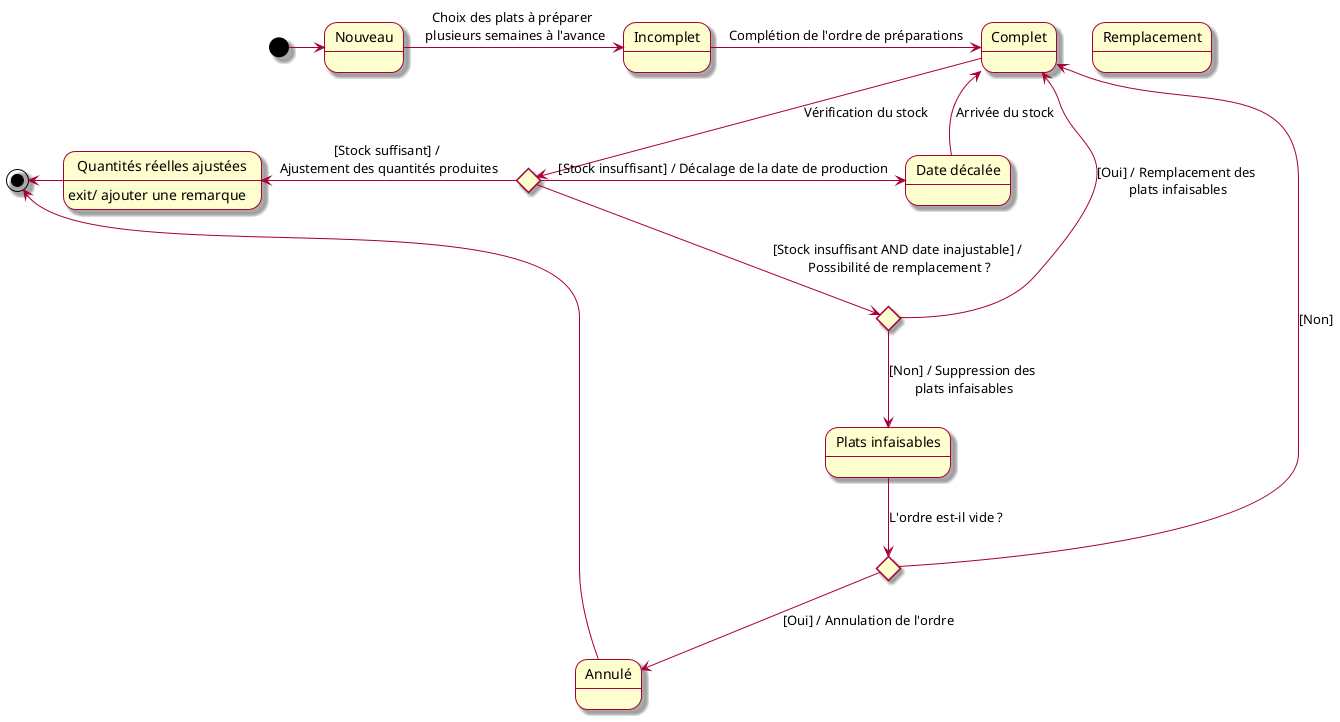
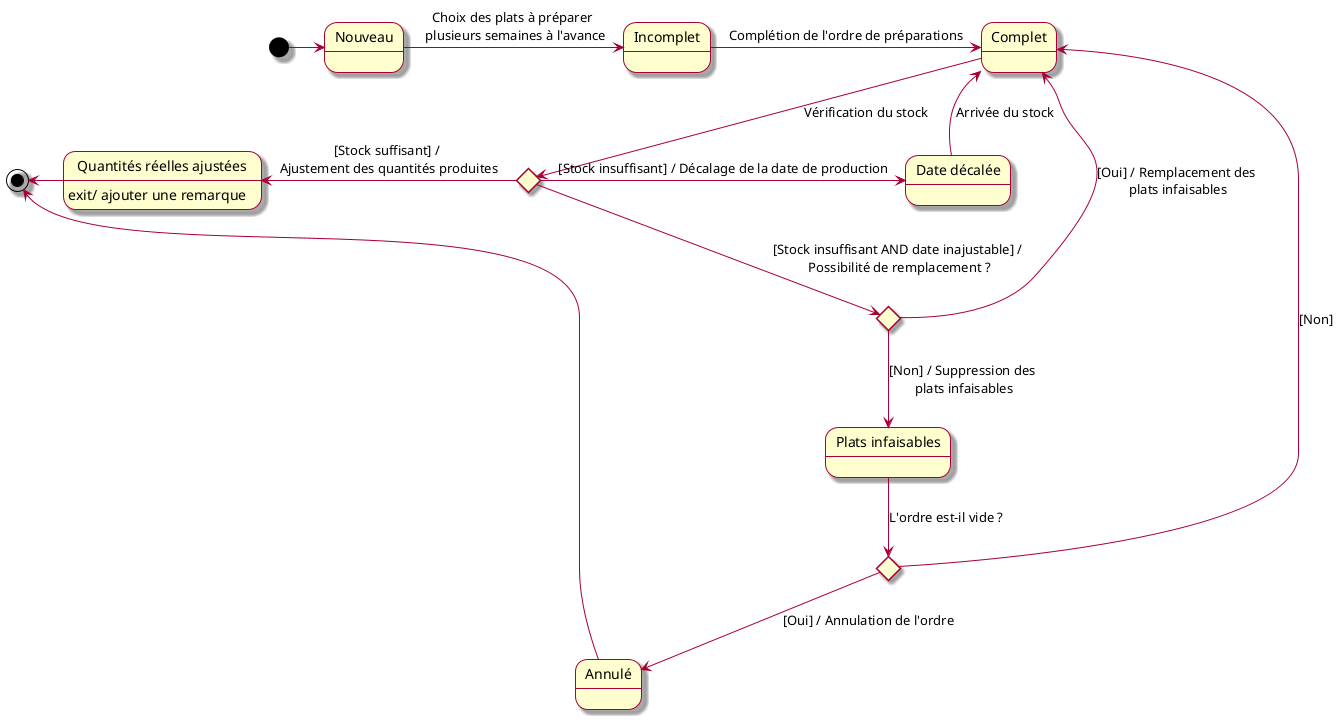
@startuml
skin rose

state "Nouveau" as carteNew
state "Incomplet" as carteNotFull
state "Complet" as carteFull
state "Date décalée" as carteDates
state "Annulé" as carteCancel
state "Quantités réelles ajustées" as carteQuant : exit/ ajouter une remarque
state "Plats infaisables" as carteDel
- state "Remplacement" as carteReplace

state cAdaptation <<choice>>
state cCancel <<choice>>
state c3 <<choice>>

[*] -> carteNew
carteNew -> carteNotFull : Choix des plats à préparer \n plusieurs semaines à l'avance
carteNotFull -> carteFull : Complétion de l'ordre de préparations

carteFull --> cAdaptation : Vérification du stock
cAdaptation -> carteDates : [Stock insuffisant] / Décalage de la date de production
carteDates -up> carteFull : Arrivée du stock

cAdaptation --> c3 : [Stock insuffisant AND date inajustable] / \nPossibilité de remplacement ?
c3 --> carteDel : [Non] / Suppression des \nplats infaisables
c3 -up> carteFull : [Oui] / Remplacement des \nplats infaisables

carteDel --> cCancel : L'ordre est-il vide ?

cCancel --> carteCancel : [Oui] / Annulation de l'ordre
cCancel -left> carteFull : [Non]

carteCancel -> [*]

cAdaptation -left-> carteQuant : [Stock suffisant] / \nAjustement des quantités produites

carteQuant -left-> [*]

- @enduml+ @enduml
